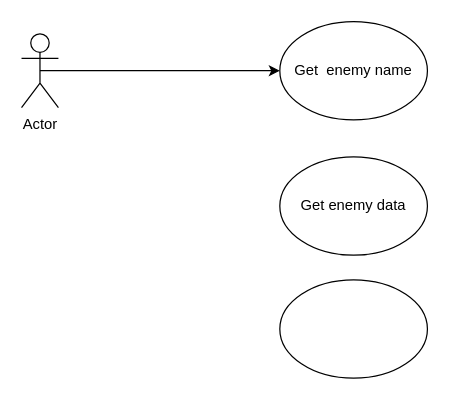
This is UseCase.drawio from kirishimaenoki/Utility, a draw.io file, before an edit. Source tidied: cells renumbered, new cells numbered last; positions are measured from the earlier drawing's top-left corner, leaving out a move shared by most shapes. Both pictures are drawn from the tidied source at 123%, with x=0, y=0 at pixel (21, 21).
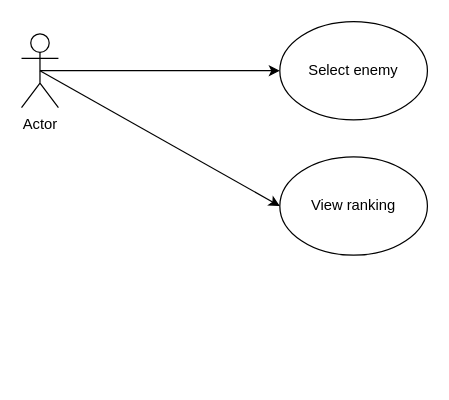
Above is the later version.

Commit message:
UseCase.drawio を更新します

Change to the diagram source:
```diff
@@
 <mxGraphModel>
   <root>
     <mxCell id="0" />
     <mxCell id="1" parent="0" />
     <mxCell id="2" style="edgeStyle=orthogonalEdgeStyle;rounded=0;jettySize=auto;html=1;exitX=0.5;exitY=0.5;exitDx=0;exitDy=0;exitPerimeter=0;entryX=0;entryY=0.5;entryDx=0;entryDy=0;" parent="1" edge="1" source="3" target="4">
       <mxGeometry relative="1" as="geometry" />
     </mxCell>
     <mxCell id="3" value="Actor" style="shape=umlActor;verticalLabelPosition=bottom;verticalAlign=top;html=1;outlineConnect=0;" parent="1" vertex="1">
       <mxGeometry y="10" width="30" height="60" as="geometry" />
     </mxCell>
-    <mxCell id="4" value="Get &amp;nbsp;enemy name" style="ellipse;whiteSpace=wrap;html=1;" parent="1" vertex="1">
+    <mxCell id="4" value="Select enemy" style="ellipse;whiteSpace=wrap;html=1;" parent="1" vertex="1">
       <mxGeometry x="210" width="120" height="80" as="geometry" />
     </mxCell>
-    <mxCell id="5" value="Get enemy data" style="ellipse;whiteSpace=wrap;html=1;" parent="1" vertex="1">
+    <mxCell id="5" value="View ranking" style="ellipse;whiteSpace=wrap;html=1;" parent="1" vertex="1">
       <mxGeometry x="210" y="110" width="120" height="80" as="geometry" />
     </mxCell>
-    <mxCell id="6" style="ellipse;whiteSpace=wrap;html=1;" parent="1" vertex="1">
-      <mxGeometry x="210" y="210" width="120" height="80" as="geometry" />
-    </mxCell>
+    <mxCell id="7" style="endArrow=classic;html=1;rounded=0;exitX=0.5;exitY=0.5;exitDx=0;exitDy=0;exitPerimeter=0;entryX=0;entryY=0.5;entryDx=0;entryDy=0;" parent="1" edge="1" source="3" target="5">
+      <mxGeometry relative="1" as="geometry" />
+    </mxCell>
   </root>
 </mxGraphModel>
```
